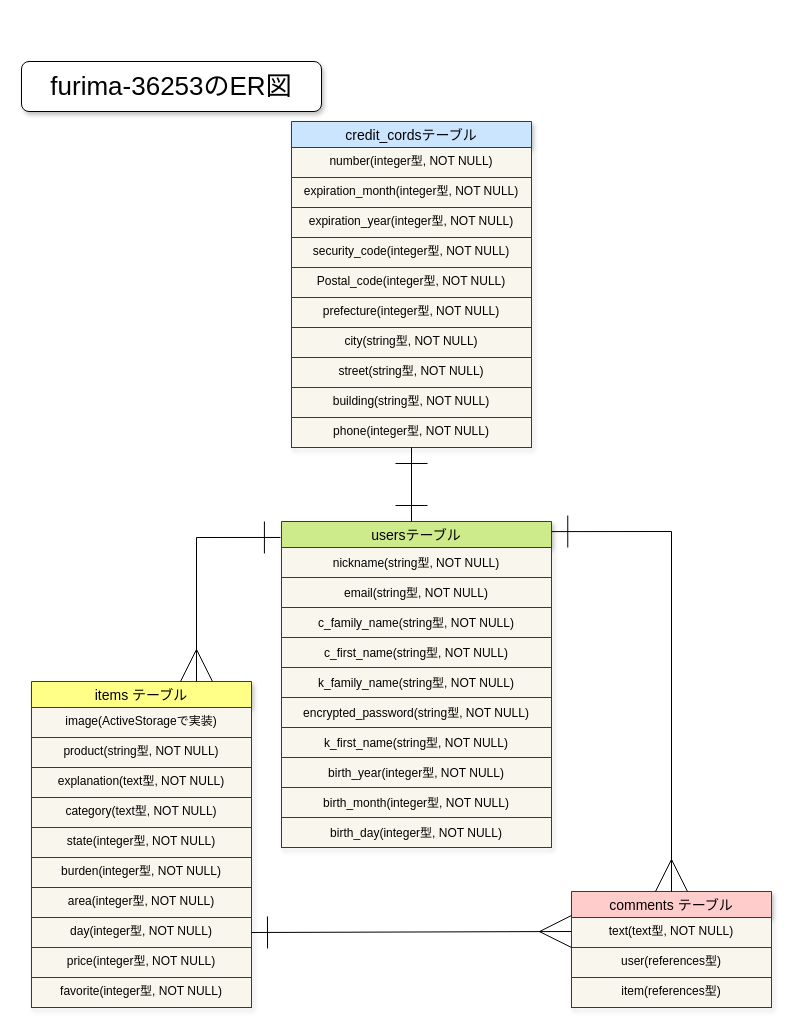
The draw.io diagram furima-36253.dio in oisiibutaniku/furima-36253, before the edit. Source tidied: cells renumbered, new cells numbered last; positions are measured from the earlier drawing's top-left corner, leaving out a move shared by most shapes. Both pictures are drawn from the tidied source at 100%, with x=0, y=0 at pixel (21, 61).
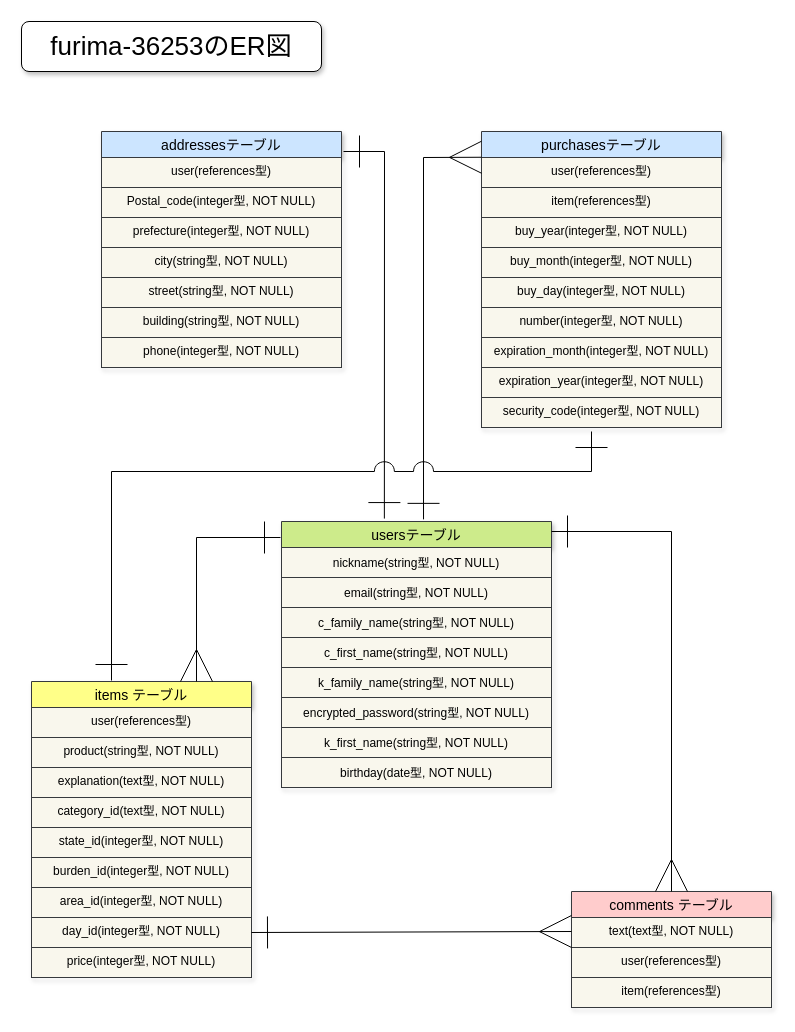
After the change.

The change refers to these unchanged cells:
```xml
<mxCell id="24" value="comments テーブル" style="swimlane;fontStyle=0;horizontal=1;startSize=26;align=center;fontSize=14;fillColor=#ffcccc;strokeColor=#36393d;shadow=1;" parent="1" vertex="1">
  <mxGeometry x="550" y="830" width="200" height="116" as="geometry" />
</mxCell>
```

What changed in the source:
```diff
@@
     <mxCell id="2" value="usersテーブル" style="swimlane;fontStyle=0;horizontal=1;startSize=26;align=center;fontSize=14;verticalAlign=middle;direction=east;fillColor=#cdeb8b;strokeColor=#36393d;shadow=1;" parent="1" vertex="1">
-      <mxGeometry x="260" y="460" width="270" height="326" as="geometry" />
+      <mxGeometry x="260" y="460" width="270" height="266" as="geometry" />
     </mxCell>
@@
-    <mxCell id="10" value="birth_year(integer型, NOT NULL)" style="text;strokeColor=#36393d;fillColor=#f9f7ed;spacingLeft=4;spacingRight=4;overflow=hidden;fontSize=12;verticalAlign=middle;shadow=0;align=center;" parent="2" vertex="1">
+    <mxCell id="10" value="birthday(date型, NOT NULL)" style="text;strokeColor=#36393d;fillColor=#f9f7ed;spacingLeft=4;spacingRight=4;overflow=hidden;fontSize=12;verticalAlign=middle;shadow=0;align=center;" parent="2" vertex="1">
       <mxGeometry y="236" width="270" height="30" as="geometry" />
     </mxCell>
-    <mxCell id="11" value="birth_month(integer型, NOT NULL)" style="text;strokeColor=#36393d;fillColor=#f9f7ed;spacingLeft=4;spacingRight=4;overflow=hidden;fontSize=12;verticalAlign=middle;shadow=0;align=center;" parent="2" vertex="1">
-      <mxGeometry y="266" width="270" height="30" as="geometry" />
-    </mxCell>
-    <mxCell id="12" value="birth_day(integer型, NOT NULL)" style="text;strokeColor=#36393d;fillColor=#f9f7ed;spacingLeft=4;spacingRight=4;overflow=hidden;fontSize=12;verticalAlign=middle;shadow=0;align=center;" parent="2" vertex="1">
-      <mxGeometry y="296" width="270" height="30" as="geometry" />
-    </mxCell>
     <mxCell id="13" value="items テーブル" style="swimlane;fontStyle=0;horizontal=1;startSize=26;align=center;fontSize=14;fillColor=#ffff88;strokeColor=#36393d;shadow=1;swimlaneLine=0;" parent="1" vertex="1">
-      <mxGeometry x="10" y="620" width="220" height="326" as="geometry" />
+      <mxGeometry x="10" y="620" width="220" height="296" as="geometry" />
     </mxCell>
-    <mxCell id="14" value="image(ActiveStorageで実装)" style="text;strokeColor=#36393d;fillColor=#f9f7ed;spacingLeft=4;spacingRight=4;overflow=hidden;fontSize=12;align=center;" parent="13" vertex="1">
-      <mxGeometry y="26" width="220" height="30" as="geometry" />
-    </mxCell>
+    <mxCell id="46" value="user(references型)" style="text;strokeColor=#36393d;fillColor=#f9f7ed;spacingLeft=4;spacingRight=4;overflow=hidden;fontSize=12;align=center;" parent="13" vertex="1">
+      <mxGeometry y="26" width="220" height="30" as="geometry" />
+    </mxCell>
@@
-    <mxCell id="17" value="category(text型, NOT NULL)" style="text;strokeColor=#36393d;fillColor=#f9f7ed;spacingLeft=4;spacingRight=4;overflow=hidden;fontSize=12;align=center;" parent="13" vertex="1">
+    <mxCell id="17" value="category_id(text型, NOT NULL)" style="text;strokeColor=#36393d;fillColor=#f9f7ed;spacingLeft=4;spacingRight=4;overflow=hidden;fontSize=12;align=center;" parent="13" vertex="1">
       <mxGeometry y="116" width="220" height="30" as="geometry" />
     </mxCell>
-    <mxCell id="18" value="state(integer型, NOT NULL)" style="text;strokeColor=#36393d;fillColor=#f9f7ed;spacingLeft=4;spacingRight=4;overflow=hidden;fontSize=12;align=center;" parent="13" vertex="1">
+    <mxCell id="18" value="state_id(integer型, NOT NULL)" style="text;strokeColor=#36393d;fillColor=#f9f7ed;spacingLeft=4;spacingRight=4;overflow=hidden;fontSize=12;align=center;" parent="13" vertex="1">
       <mxGeometry y="146" width="220" height="30" as="geometry" />
     </mxCell>
-    <mxCell id="19" value="burden(integer型, NOT NULL)" style="text;strokeColor=#36393d;fillColor=#f9f7ed;spacingLeft=4;spacingRight=4;overflow=hidden;fontSize=12;align=center;" parent="13" vertex="1">
+    <mxCell id="19" value="burden_id(integer型, NOT NULL)" style="text;strokeColor=#36393d;fillColor=#f9f7ed;spacingLeft=4;spacingRight=4;overflow=hidden;fontSize=12;align=center;" parent="13" vertex="1">
       <mxGeometry y="176" width="220" height="30" as="geometry" />
     </mxCell>
-    <mxCell id="20" value="area(integer型, NOT NULL)" style="text;strokeColor=#36393d;fillColor=#f9f7ed;spacingLeft=4;spacingRight=4;overflow=hidden;fontSize=12;align=center;" parent="13" vertex="1">
+    <mxCell id="20" value="area_id(integer型, NOT NULL)" style="text;strokeColor=#36393d;fillColor=#f9f7ed;spacingLeft=4;spacingRight=4;overflow=hidden;fontSize=12;align=center;" parent="13" vertex="1">
       <mxGeometry y="206" width="220" height="30" as="geometry" />
     </mxCell>
-    <mxCell id="21" value="day(integer型, NOT NULL)" style="text;strokeColor=#36393d;fillColor=#f9f7ed;spacingLeft=4;spacingRight=4;overflow=hidden;points=[[0,0.5],[1,0.5]];portConstraint=eastwest;fontSize=12;align=center;" parent="13" vertex="1">
+    <mxCell id="21" value="day_id(integer型, NOT NULL)" style="text;strokeColor=#36393d;fillColor=#f9f7ed;spacingLeft=4;spacingRight=4;overflow=hidden;points=[[0,0.5],[1,0.5]];portConstraint=eastwest;fontSize=12;align=center;" parent="13" vertex="1">
       <mxGeometry y="236" width="220" height="30" as="geometry" />
     </mxCell>
@@
-    <mxCell id="23" value="favorite(integer型, NOT NULL)" style="text;strokeColor=#36393d;fillColor=#f9f7ed;spacingLeft=4;spacingRight=4;overflow=hidden;fontSize=12;align=center;" parent="13" vertex="1">
-      <mxGeometry y="296" width="220" height="30" as="geometry" />
-    </mxCell>
@@
-    <mxCell id="28" value="credit_cordsテーブル" style="swimlane;fontStyle=0;horizontal=1;startSize=26;align=center;fontSize=14;fillColor=#cce5ff;strokeColor=#36393d;shadow=1;" parent="1" vertex="1">
-      <mxGeometry x="270" y="60" width="240" height="326" as="geometry" />
+    <mxCell id="28" value="addressesテーブル" style="swimlane;fontStyle=0;horizontal=1;startSize=26;align=center;fontSize=14;fillColor=#cce5ff;strokeColor=#36393d;shadow=1;" parent="1" vertex="1">
+      <mxGeometry x="80" y="70" width="240" height="236" as="geometry" />
     </mxCell>
-    <mxCell id="29" value="number(integer型, NOT NULL)" style="text;spacingLeft=4;spacingRight=4;overflow=hidden;fontSize=12;align=center;fillColor=#f9f7ed;strokeColor=#36393d;" parent="28" vertex="1">
-      <mxGeometry y="26" width="240" height="30" as="geometry" />
-    </mxCell>
-    <mxCell id="30" value="expiration_month(integer型, NOT NULL)" style="text;spacingLeft=4;spacingRight=4;overflow=hidden;fontSize=12;align=center;fillColor=#f9f7ed;strokeColor=#36393d;" parent="28" vertex="1">
-      <mxGeometry y="56" width="240" height="30" as="geometry" />
-    </mxCell>
-    <mxCell id="31" value="expiration_year(integer型, NOT NULL)" style="text;spacingLeft=4;spacingRight=4;overflow=hidden;fontSize=12;align=center;fillColor=#f9f7ed;strokeColor=#36393d;" parent="28" vertex="1">
-      <mxGeometry y="86" width="240" height="30" as="geometry" />
-    </mxCell>
-    <mxCell id="32" value="security_code(integer型, NOT NULL)" style="text;spacingLeft=4;spacingRight=4;overflow=hidden;points=[[0,0.5],[1,0.5]];portConstraint=eastwest;fontSize=12;align=center;fillColor=#f9f7ed;strokeColor=#36393d;" parent="28" vertex="1">
-      <mxGeometry y="116" width="240" height="30" as="geometry" />
-    </mxCell>
+    <mxCell id="47" value="user(references型)" style="text;spacingLeft=4;spacingRight=4;overflow=hidden;fontSize=12;align=center;fillColor=#f9f7ed;strokeColor=#36393d;" parent="28" vertex="1">
+      <mxGeometry y="26" width="240" height="30" as="geometry" />
+    </mxCell>
     <mxCell id="33" value="Postal_code(integer型, NOT NULL)" style="text;spacingLeft=4;spacingRight=4;overflow=hidden;fontSize=12;align=center;fillColor=#f9f7ed;strokeColor=#36393d;" parent="28" vertex="1">
-      <mxGeometry y="146" width="240" height="30" as="geometry" />
+      <mxGeometry y="56" width="240" height="30" as="geometry" />
     </mxCell>
     <mxCell id="34" value="prefecture(integer型, NOT NULL)" style="text;spacingLeft=4;spacingRight=4;overflow=hidden;fontSize=12;align=center;fillColor=#f9f7ed;strokeColor=#36393d;" parent="28" vertex="1">
-      <mxGeometry y="176" width="240" height="30" as="geometry" />
+      <mxGeometry y="86" width="240" height="30" as="geometry" />
     </mxCell>
     <mxCell id="35" value="city(string型, NOT NULL)" style="text;spacingLeft=4;spacingRight=4;overflow=hidden;fontSize=12;align=center;fillColor=#f9f7ed;strokeColor=#36393d;" parent="28" vertex="1">
-      <mxGeometry y="206" width="240" height="30" as="geometry" />
+      <mxGeometry y="116" width="240" height="30" as="geometry" />
     </mxCell>
     <mxCell id="36" value="street(string型, NOT NULL)" style="text;spacingLeft=4;spacingRight=4;overflow=hidden;fontSize=12;align=center;fillColor=#f9f7ed;strokeColor=#36393d;" parent="28" vertex="1">
-      <mxGeometry y="236" width="240" height="30" as="geometry" />
+      <mxGeometry y="146" width="240" height="30" as="geometry" />
     </mxCell>
     <mxCell id="37" value="building(string型, NOT NULL)" style="text;spacingLeft=4;spacingRight=4;overflow=hidden;fontSize=12;align=center;fillColor=#f9f7ed;strokeColor=#36393d;" parent="28" vertex="1">
-      <mxGeometry y="266" width="240" height="30" as="geometry" />
+      <mxGeometry y="176" width="240" height="30" as="geometry" />
     </mxCell>
     <mxCell id="38" value="phone(integer型, NOT NULL)" style="text;spacingLeft=4;spacingRight=4;overflow=hidden;points=[[0,0.5],[1,0.5]];portConstraint=eastwest;fontSize=12;align=center;fillColor=#f9f7ed;strokeColor=#36393d;" parent="28" vertex="1">
-      <mxGeometry y="296" width="240" height="30" as="geometry" />
+      <mxGeometry y="206" width="240" height="30" as="geometry" />
     </mxCell>
-    <mxCell id="39" style="endArrow=ERmany;html=1;rounded=0;fontSize=12;endFill=0;entryX=0.75;entryY=0;entryDx=0;entryDy=0;startArrow=ERone;startFill=0;exitX=-0.004;exitY=0.049;exitDx=0;exitDy=0;exitPerimeter=0;endSize=30;startSize=30;" parent="1" edge="1" source="2" target="13">
+    <mxCell id="39" style="endArrow=ERmany;html=1;rounded=0;fontSize=12;endFill=0;entryX=0.75;entryY=0;entryDx=0;entryDy=0;startArrow=ERone;startFill=0;endSize=30;startSize=30;" parent="1" edge="1" target="13">
       <mxGeometry relative="1" as="geometry">
+        <mxPoint x="259" y="476" as="sourcePoint" />
         <Array as="points">
           <mxPoint x="175" y="476" />
         </Array>
       </mxGeometry>
     </mxCell>
@@
-    <mxCell id="42" style="endArrow=ERmany;html=1;rounded=0;fontSize=12;entryX=0.5;entryY=0;entryDx=0;entryDy=0;exitX=1.001;exitY=0.031;exitDx=0;exitDy=0;exitPerimeter=0;endFill=0;startArrow=ERone;startFill=0;endSize=30;startSize=30;" parent="1" edge="1" source="2" target="24">
+    <mxCell id="42" style="endArrow=ERmany;html=1;rounded=0;fontSize=12;entryX=0.5;entryY=0;entryDx=0;entryDy=0;endFill=0;startArrow=ERone;startFill=0;endSize=30;startSize=30;" parent="1" edge="1" target="24">
       <mxGeometry relative="1" as="geometry">
+        <mxPoint x="530" y="470" as="sourcePoint" />
         <Array as="points">
           <mxPoint x="650" y="470" />
         </Array>
       </mxGeometry>
     </mxCell>
-    <mxCell id="43" style="endArrow=ERone;html=1;rounded=0;fontSize=12;endFill=0;startArrow=ERone;startFill=0;endSize=30;startSize=30;" parent="1" edge="1" target="38">
+    <mxCell id="43" style="endArrow=ERone;html=1;rounded=0;fontSize=12;endFill=0;startArrow=ERone;startFill=0;endSize=30;startSize=30;exitX=0.381;exitY=-0.011;exitDx=0;exitDy=0;exitPerimeter=0;" parent="1" edge="1" source="2">
       <mxGeometry relative="1" as="geometry">
-        <mxPoint x="390" y="460" as="sourcePoint" />
+        <mxPoint x="322" y="90" as="targetPoint" />
+        <Array as="points">
+          <mxPoint x="363" y="90" />
+        </Array>
       </mxGeometry>
     </mxCell>
@@
     <mxCell id="45" value="&lt;span&gt;furima-36253のER図&lt;/span&gt;" style="rounded=1;whiteSpace=wrap;html=1;shadow=1;fontSize=26;align=center;verticalAlign=middle;" parent="1" vertex="1">
-      <mxGeometry width="300" height="50" as="geometry" />
+      <mxGeometry y="-40" width="300" height="50" as="geometry" />
     </mxCell>
+    <mxCell id="48" value="purchasesテーブル" style="swimlane;fontStyle=0;horizontal=1;startSize=26;align=center;fontSize=14;fillColor=#cce5ff;strokeColor=#36393d;shadow=1;" parent="1" vertex="1">
+      <mxGeometry x="460" y="70" width="240" height="296" as="geometry" />
+    </mxCell>
+    <mxCell id="49" value="user(references型)" style="text;spacingLeft=4;spacingRight=4;overflow=hidden;fontSize=12;align=center;fillColor=#f9f7ed;strokeColor=#36393d;" parent="48" vertex="1">
+      <mxGeometry y="26" width="240" height="30" as="geometry" />
+    </mxCell>
+    <mxCell id="50" value="item(references型)" style="text;spacingLeft=4;spacingRight=4;overflow=hidden;fontSize=12;align=center;fillColor=#f9f7ed;strokeColor=#36393d;" parent="48" vertex="1">
+      <mxGeometry y="56" width="240" height="30" as="geometry" />
+    </mxCell>
+    <mxCell id="51" value="buy_year(integer型, NOT NULL)" style="text;spacingLeft=4;spacingRight=4;overflow=hidden;fontSize=12;align=center;fillColor=#f9f7ed;strokeColor=#36393d;" parent="48" vertex="1">
+      <mxGeometry y="86" width="240" height="30" as="geometry" />
+    </mxCell>
+    <mxCell id="52" value="buy_month(integer型, NOT NULL)" style="text;spacingLeft=4;spacingRight=4;overflow=hidden;fontSize=12;align=center;fillColor=#f9f7ed;strokeColor=#36393d;" parent="48" vertex="1">
+      <mxGeometry y="116" width="240" height="30" as="geometry" />
+    </mxCell>
+    <mxCell id="53" value="buy_day(integer型, NOT NULL)" style="text;spacingLeft=4;spacingRight=4;overflow=hidden;fontSize=12;align=center;fillColor=#f9f7ed;strokeColor=#36393d;" parent="48" vertex="1">
+      <mxGeometry y="146" width="240" height="30" as="geometry" />
+    </mxCell>
+    <mxCell id="29" value="number(integer型, NOT NULL)" style="text;spacingLeft=4;spacingRight=4;overflow=hidden;fontSize=12;align=center;fillColor=#f9f7ed;strokeColor=#36393d;" parent="48" vertex="1">
+      <mxGeometry y="176" width="240" height="30" as="geometry" />
+    </mxCell>
+    <mxCell id="30" value="expiration_month(integer型, NOT NULL)" style="text;spacingLeft=4;spacingRight=4;overflow=hidden;fontSize=12;align=center;fillColor=#f9f7ed;strokeColor=#36393d;" parent="48" vertex="1">
+      <mxGeometry y="206" width="240" height="30" as="geometry" />
+    </mxCell>
+    <mxCell id="31" value="expiration_year(integer型, NOT NULL)" style="text;spacingLeft=4;spacingRight=4;overflow=hidden;fontSize=12;align=center;fillColor=#f9f7ed;strokeColor=#36393d;" parent="48" vertex="1">
+      <mxGeometry y="236" width="240" height="30" as="geometry" />
+    </mxCell>
+    <mxCell id="32" value="security_code(integer型, NOT NULL)" style="text;spacingLeft=4;spacingRight=4;overflow=hidden;points=[[0,0.5],[1,0.5]];portConstraint=eastwest;fontSize=12;align=center;fillColor=#f9f7ed;strokeColor=#36393d;" parent="48" vertex="1">
+      <mxGeometry y="266" width="240" height="30" as="geometry" />
+    </mxCell>
+    <mxCell id="54" style="endArrow=ERmany;html=1;rounded=0;exitX=0.526;exitY=-0.008;exitDx=0;exitDy=0;exitPerimeter=0;endFill=0;startArrow=ERone;startFill=0;endSize=30;startSize=30;entryX=0;entryY=0.087;entryDx=0;entryDy=0;entryPerimeter=0;" parent="1" edge="1" source="2" target="48">
+      <mxGeometry relative="1" as="geometry">
+        <Array as="points">
+          <mxPoint x="402" y="96" />
+        </Array>
+      </mxGeometry>
+    </mxCell>
+    <mxCell id="55" value="&lt;br&gt;" style="html=1;align=right;verticalAlign=bottom;" parent="54" vertex="1">
+      <mxGeometry x="1" relative="1" as="geometry" />
+    </mxCell>
+    <mxCell id="56" style="endArrow=ERone;html=1;rounded=0;startSize=30;endSize=30;entryX=0.458;entryY=1.133;entryDx=0;entryDy=0;entryPerimeter=0;startArrow=ERone;startFill=0;endFill=0;jumpStyle=arc;jumpSize=20;" parent="1" edge="1" target="32">
+      <mxGeometry relative="1" as="geometry">
+        <mxPoint x="90" y="619" as="sourcePoint" />
+        <Array as="points">
+          <mxPoint x="90" y="410" />
+          <mxPoint x="570" y="410" />
+          <mxPoint x="570" y="370" />
+        </Array>
+      </mxGeometry>
+    </mxCell>
+    <mxCell id="57" value="&lt;br&gt;" style="html=1;align=right;verticalAlign=bottom;" parent="56" vertex="1">
+      <mxGeometry x="1" relative="1" as="geometry" />
+    </mxCell>
```
